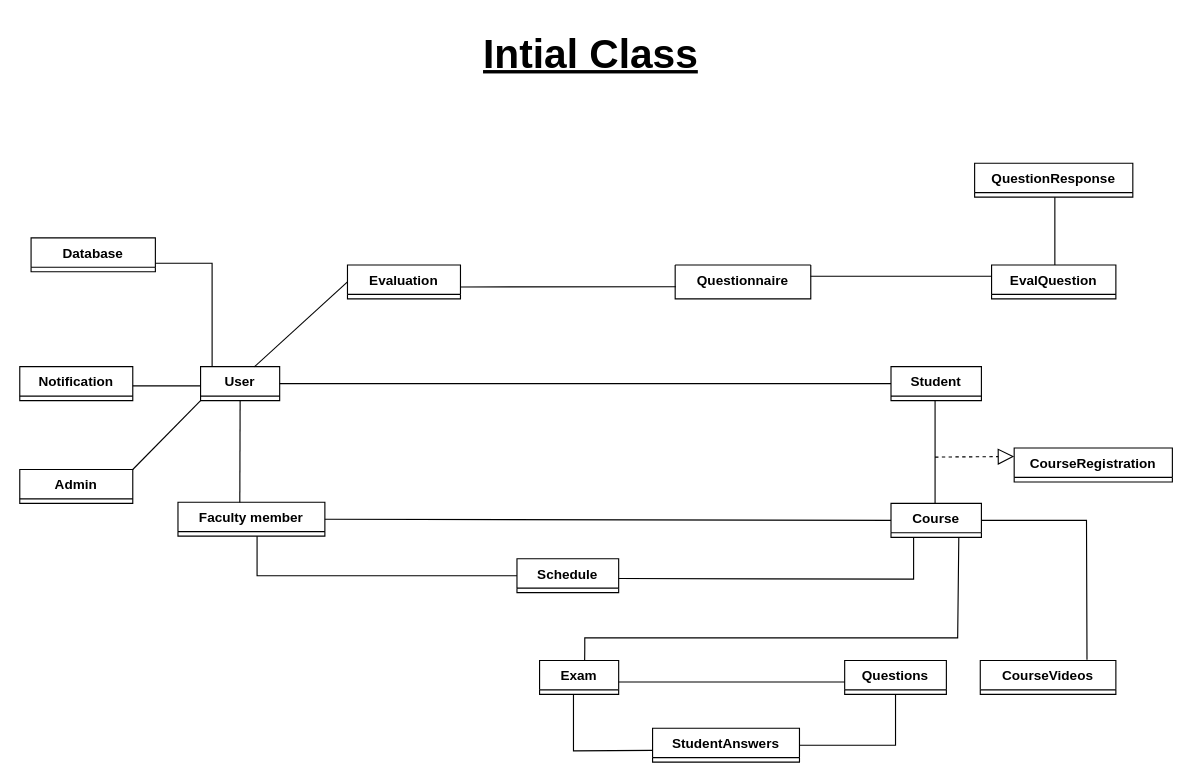
Above: page "IntialClass" (1 of 3) of Diagrams/ClassDiagram.drawio in Youssefmohamed430/Learning-Management-System (draw.io), before the change. Source tidied: cells renumbered, new cells numbered last; positions are measured from the earlier drawing's top-left corner, leaving out a move shared by most shapes. Both pictures are drawn from the tidied source at 113%, with x=0, y=0 at pixel (19, 19).
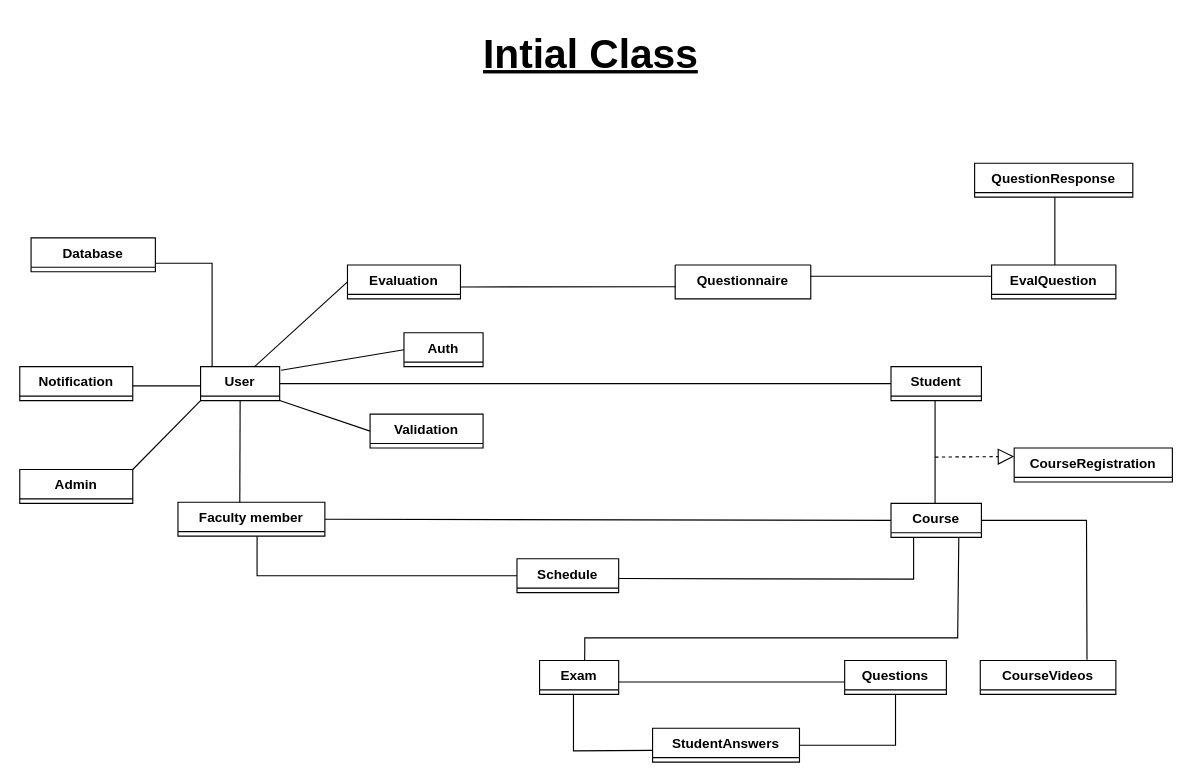
After the change.

The change refers to these unchanged cells:
```xml
<mxCell id="2" value="User" style="swimlane;fontStyle=1;align=center;verticalAlign=top;horizontal=1;startSize=26;whiteSpace=wrap;html=1;" parent="1" vertex="1" collapsed="1">
  <mxGeometry x="160" y="307" width="70" height="30" as="geometry" />
</mxCell>
```

Change to the diagram source:
```diff
@@
+    <mxCell id="39" value="Validation" style="swimlane;fontStyle=1;align=center;verticalAlign=top;horizontal=1;startSize=26;whiteSpace=wrap;html=1;" parent="1" vertex="1" collapsed="1">
+      <mxGeometry x="310" y="349" width="100" height="30" as="geometry" />
+    </mxCell>
+    <mxCell id="40" value="Auth" style="swimlane;fontStyle=1;align=center;verticalAlign=top;horizontal=1;startSize=26;whiteSpace=wrap;html=1;" parent="1" vertex="1" collapsed="1">
+      <mxGeometry x="340" y="277" width="70" height="30" as="geometry" />
+    </mxCell>
+    <mxCell id="41" style="endArrow=none;html=1;rounded=0;entryX=0;entryY=0.5;entryDx=0;entryDy=0;exitX=1;exitY=1;exitDx=0;exitDy=0;" parent="1" edge="1" source="2" target="39">
+      <mxGeometry relative="1" as="geometry" />
+    </mxCell>
+    <mxCell id="42" style="endArrow=none;html=1;rounded=0;entryX=0;entryY=0.5;entryDx=0;entryDy=0;exitX=1.018;exitY=0.107;exitDx=0;exitDy=0;exitPerimeter=0;" parent="1" edge="1" source="2" target="40">
+      <mxGeometry relative="1" as="geometry" />
+    </mxCell>
```
